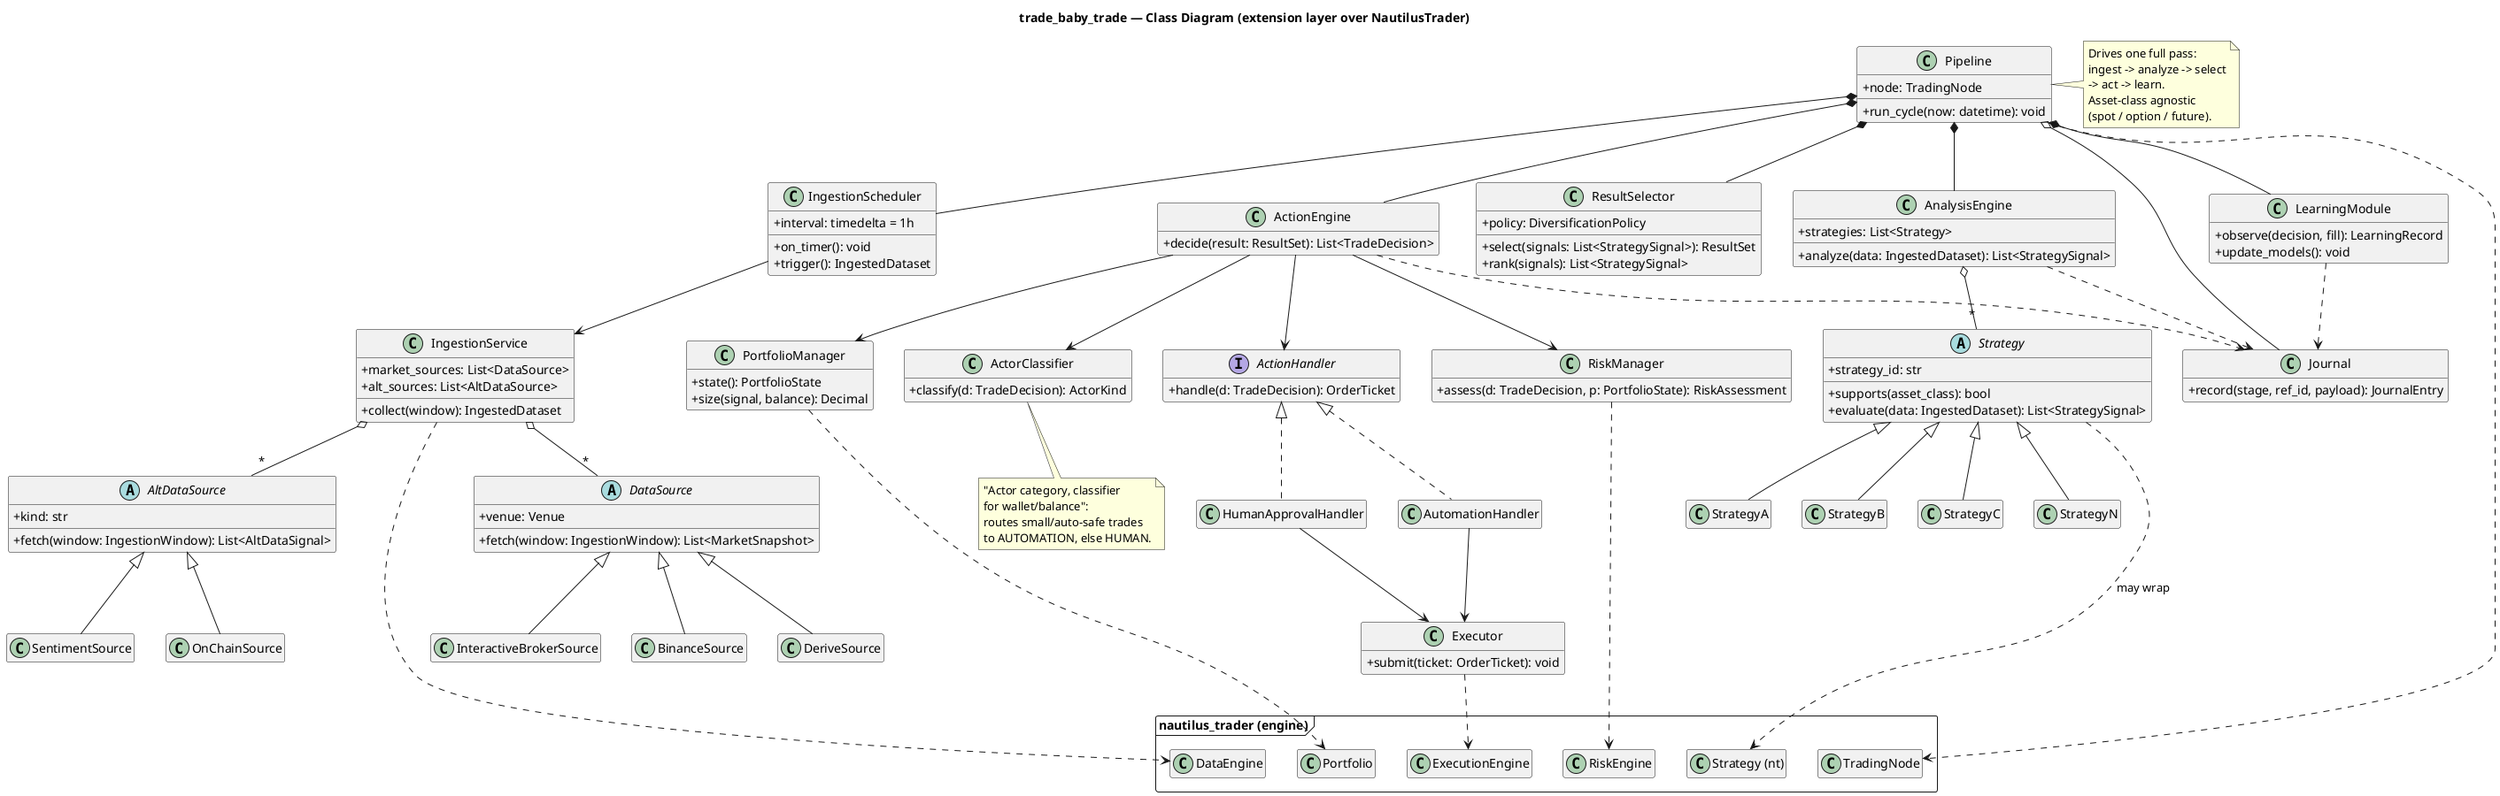
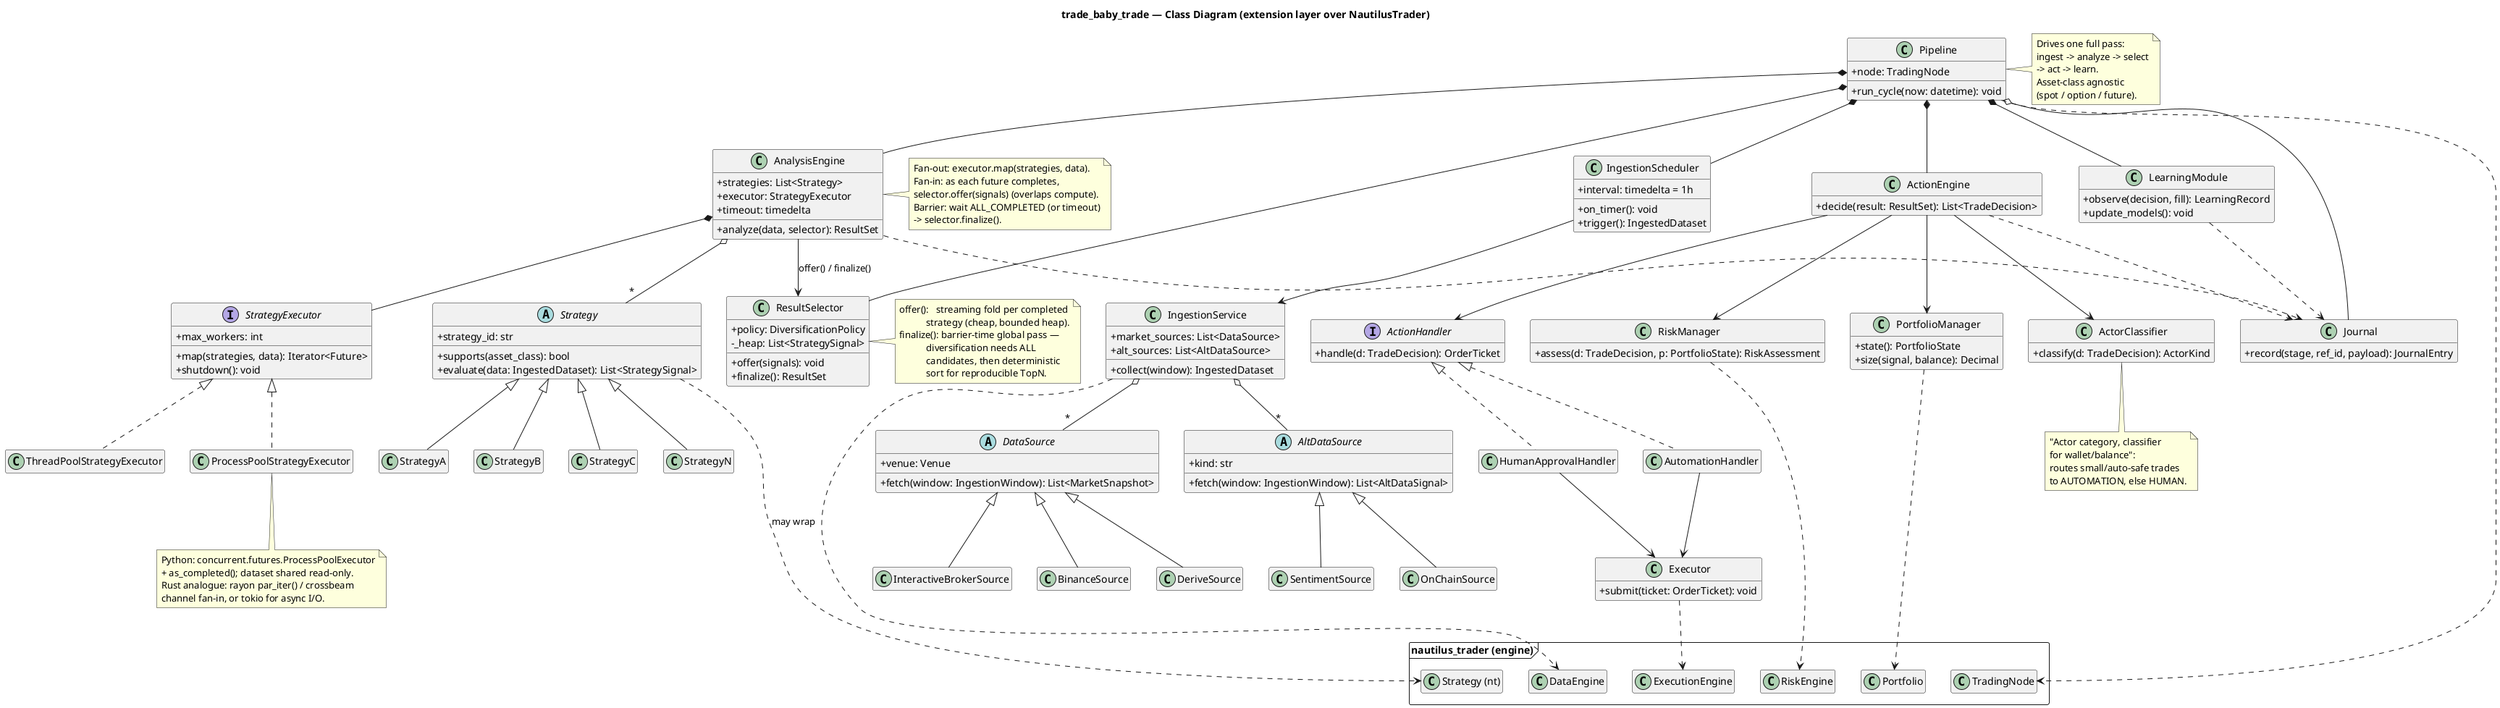
@startuml class-diagram
title trade_baby_trade — Class Diagram (extension layer over NautilusTrader)

hide empty members
skinparam classAttributeIconSize 0

' ====================================================================
' NautilusTrader engine boundary (we DO NOT reimplement these)
' ====================================================================
package "nautilus_trader (engine)" <<Frame>> {
  class TradingNode
  class DataEngine
  class RiskEngine
  class ExecutionEngine
  class Portfolio
  class "Strategy (nt)" as NTStrategy
}

' ====================================================================
' Stage 0 — Orchestration / scheduling
' ====================================================================
class Pipeline {
  +node: TradingNode
  +run_cycle(now: datetime): void
}
note right of Pipeline
  Drives one full pass:
  ingest -> analyze -> select
  -> act -> learn.
  Asset-class agnostic
  (spot / option / future).
end note

class IngestionScheduler {
  +interval: timedelta = 1h
  +on_timer(): void
  +trigger(): IngestedDataset
}

' ====================================================================
' Stage 1 — Ingestion: data sources
' ====================================================================
abstract class DataSource {
  +venue: Venue
  +fetch(window: IngestionWindow): List<MarketSnapshot>
}
class InteractiveBrokerSource
class BinanceSource
class DeriveSource

abstract class AltDataSource {
  +kind: str
  +fetch(window: IngestionWindow): List<AltDataSignal>
}
class SentimentSource
class OnChainSource

class IngestionService {
  +market_sources: List<DataSource>
  +alt_sources: List<AltDataSource>
  +collect(window): IngestedDataset
}

' ====================================================================
' Stage 2 — Analysis: pluggable strategies
' ====================================================================
abstract class Strategy {
  +strategy_id: str
  +supports(asset_class): bool
  +evaluate(data: IngestedDataset): List<StrategySignal>
}
class StrategyA
class StrategyB
class StrategyC
class StrategyN

class AnalysisEngine {
  +strategies: List<Strategy>
-   +analyze(data: IngestedDataset): List<StrategySignal>
- }
- 
- ' ====================================================================
- ' Stage 3 — ResultSet: TopN selection
+   +executor: StrategyExecutor
+   +timeout: timedelta
+   +analyze(data, selector): ResultSet
+ }
+ note right of AnalysisEngine
+   Fan-out: executor.map(strategies, data).
+   Fan-in: as each future completes,
+   selector.offer(signals) (overlaps compute).
+   Barrier: wait ALL_COMPLETED (or timeout)
+   -> selector.finalize().
+ end note
+ 
+ ' --- Concurrency: scatter strategies across workers ---
+ interface StrategyExecutor {
+   +max_workers: int
+   +map(strategies, data): Iterator<Future>
+   +shutdown(): void
+ }
+ class ProcessPoolStrategyExecutor {
+   ' CPU-bound numeric work → bypass the GIL
+   ' one OS process per worker
+ }
+ class ThreadPoolStrategyExecutor {
+   ' for I/O-bound / native-GIL-releasing strategies
+ }
+ note bottom of ProcessPoolStrategyExecutor
+   Python: concurrent.futures.ProcessPoolExecutor
+   + as_completed(); dataset shared read-only.
+   Rust analogue: rayon par_iter() / crossbeam
+   channel fan-in, or tokio for async I/O.
+ end note
+ 
+ ' ====================================================================
+ ' Stage 3 — ResultSet: incremental reduce + TopN selection
' ====================================================================
class ResultSelector {
  +policy: DiversificationPolicy
-   +select(signals: List<StrategySignal>): ResultSet
-   +rank(signals): List<StrategySignal>
- }
+   -_heap: List<StrategySignal>
+   +offer(signals): void
+   +finalize(): ResultSet
+ }
+ note right of ResultSelector
+   offer():   streaming fold per completed
+              strategy (cheap, bounded heap).
+   finalize(): barrier-time global pass —
+              diversification needs ALL
+              candidates, then deterministic
+              sort for reproducible TopN.
+ end note

' ====================================================================
' Stage 4 — Action: risk + portfolio gating + actor routing
' ====================================================================
class ActionEngine {
  +decide(result: ResultSet): List<TradeDecision>
}
class RiskManager {
  +assess(d: TradeDecision, p: PortfolioState): RiskAssessment
}
class PortfolioManager {
  +state(): PortfolioState
  +size(signal, balance): Decimal
}
class ActorClassifier {
  +classify(d: TradeDecision): ActorKind
}
note bottom of ActorClassifier
  "Actor category, classifier
  for wallet/balance":
  routes small/auto-safe trades
  to AUTOMATION, else HUMAN.
end note

interface ActionHandler {
  +handle(d: TradeDecision): OrderTicket
}
class HumanApprovalHandler
class AutomationHandler

class Executor {
  +submit(ticket: OrderTicket): void
}

' ====================================================================
' Stage 5 — Learning + Stage X — Journal (cross-cutting)
' ====================================================================
class LearningModule {
  +observe(decision, fill): LearningRecord
  +update_models(): void
}
class Journal {
  +record(stage, ref_id, payload): JournalEntry
}

' ====================================================================
' Inheritance
' ====================================================================
DataSource <|-- InteractiveBrokerSource
DataSource <|-- BinanceSource
DataSource <|-- DeriveSource
AltDataSource <|-- SentimentSource
AltDataSource <|-- OnChainSource
Strategy <|-- StrategyA
Strategy <|-- StrategyB
Strategy <|-- StrategyC
Strategy <|-- StrategyN
ActionHandler <|.. HumanApprovalHandler
ActionHandler <|.. AutomationHandler
+ StrategyExecutor <|.. ProcessPoolStrategyExecutor
+ StrategyExecutor <|.. ThreadPoolStrategyExecutor

' ====================================================================
' Composition / collaboration
' ====================================================================
Pipeline *-- IngestionScheduler
Pipeline *-- AnalysisEngine
Pipeline *-- ResultSelector
Pipeline *-- ActionEngine
Pipeline *-- LearningModule
Pipeline o-- Journal

IngestionScheduler --> IngestionService
IngestionService o-- "*" DataSource
IngestionService o-- "*" AltDataSource

AnalysisEngine o-- "*" Strategy
+ AnalysisEngine *-- StrategyExecutor
+ AnalysisEngine --> ResultSelector : offer() / finalize()

ActionEngine --> RiskManager
ActionEngine --> PortfolioManager
ActionEngine --> ActorClassifier
ActionEngine --> ActionHandler
HumanApprovalHandler --> Executor
AutomationHandler --> Executor

' Engine bindings (extension -> NautilusTrader)
Pipeline ..> TradingNode
PortfolioManager ..> Portfolio
RiskManager ..> RiskEngine
Executor ..> ExecutionEngine
IngestionService ..> DataEngine
Strategy ..> NTStrategy : may wrap

LearningModule ..> Journal
ActionEngine ..> Journal
AnalysisEngine ..> Journal
@enduml
